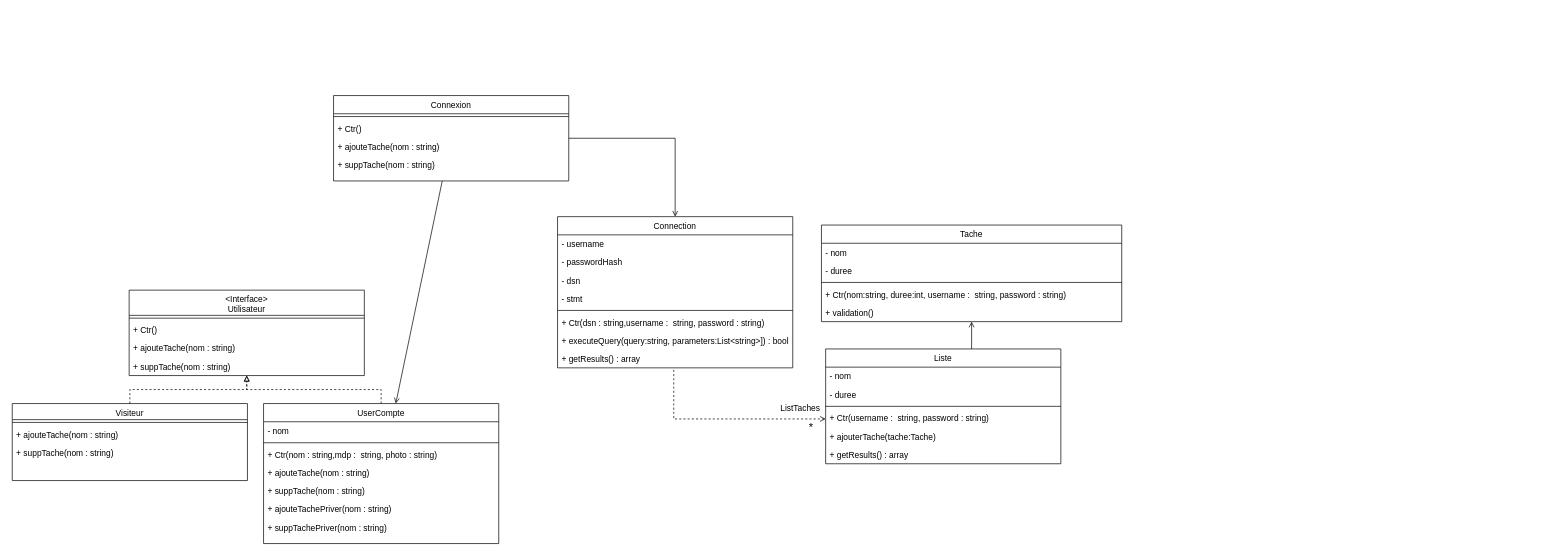
waarx11/Projet_Php_Todo_Lidt keeps this draw.io diagram as doc/DiagrammeDeClasse.drawio. Above is the earlier version. Source tidied: cells renumbered, new cells numbered last; positions are measured from the earlier drawing's top-left corner, leaving out a move shared by most shapes. Both pictures are drawn from the tidied source at 70%, with x=0, y=0 at pixel (12, 95).
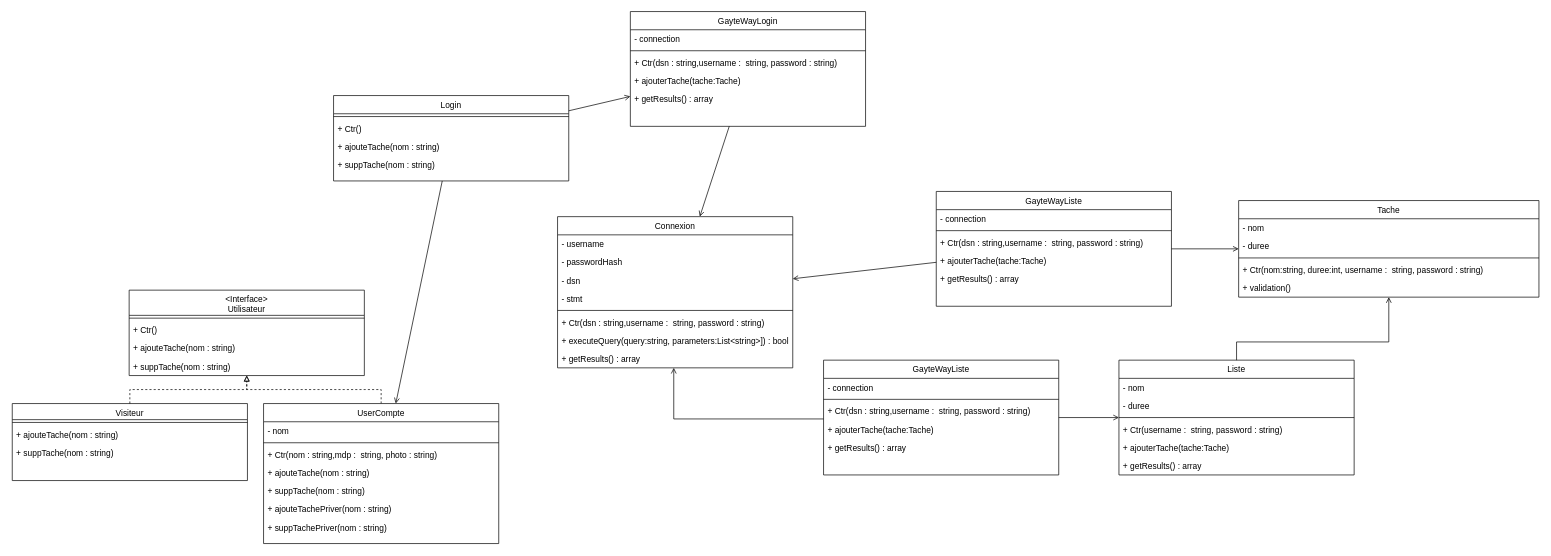
After the change.

Diff of the diagram source:
```diff
@@
-    <mxCell id="2" value="Connection" style="swimlane;fontStyle=0;align=center;verticalAlign=top;horizontal=1;startSize=26;rounded=0;shadow=0;strokeWidth=1;" parent="1" vertex="1">
+    <mxCell id="2" value="Connexion" style="swimlane;fontStyle=0;align=center;verticalAlign=top;horizontal=1;startSize=26;rounded=0;shadow=0;strokeWidth=1;" parent="1" vertex="1">
       <mxGeometry x="779" y="173" width="336" height="216" as="geometry" />
     </mxCell>
@@
     <mxCell id="11" value="Tache" style="swimlane;fontStyle=0;align=center;verticalAlign=top;horizontal=1;startSize=26;rounded=0;shadow=0;strokeWidth=1;" parent="1" vertex="1">
-      <mxGeometry x="1156" y="185" width="429" height="138" as="geometry" />
+      <mxGeometry x="1752" y="150" width="429" height="138" as="geometry" />
     </mxCell>
@@
     <mxCell id="17" value="Liste" style="swimlane;fontStyle=0;align=center;verticalAlign=top;horizontal=1;startSize=26;rounded=0;shadow=0;strokeWidth=1;" parent="1" vertex="1">
-      <mxGeometry x="1162" y="362" width="336" height="164" as="geometry" />
+      <mxGeometry x="1581" y="378" width="336" height="164" as="geometry" />
     </mxCell>
@@
     <mxCell id="24" style="edgeStyle=orthogonalEdgeStyle;rounded=0;jettySize=auto;html=1;startArrow=open;startFill=0;endArrow=none;endFill=0;" parent="1" edge="1" source="11" target="17">
       <mxGeometry relative="1" as="geometry">
         <Array as="points">
-          <mxPoint x="1317" y="394" />
-          <mxPoint x="1317" y="394" />
+          <mxPoint x="1967" y="352" />
+          <mxPoint x="1749" y="352" />
         </Array>
       </mxGeometry>
     </mxCell>
@@
-    <mxCell id="44" style="edgeStyle=orthogonalEdgeStyle;rounded=0;jettySize=auto;html=1;startArrow=open;startFill=0;endArrow=none;endFill=0;dashed=1;" parent="1" edge="1" source="17" target="2">
+    <mxCell id="44" style="edgeStyle=orthogonalEdgeStyle;rounded=0;jettySize=auto;html=1;startArrow=none;startFill=0;endArrow=open;endFill=0;" parent="1" edge="1" source="54" target="2">
       <mxGeometry relative="1" as="geometry">
         <Array as="points">
+          <mxPoint x="1328" y="462" />
           <mxPoint x="945" y="462" />
         </Array>
       </mxGeometry>
     </mxCell>
-    <mxCell id="45" value="Connexion" style="swimlane;fontStyle=0;align=center;verticalAlign=top;horizontal=1;startSize=26;rounded=0;shadow=0;strokeWidth=1;" parent="1" vertex="1">
+    <mxCell id="45" value="Login" style="swimlane;fontStyle=0;align=center;verticalAlign=top;horizontal=1;startSize=26;rounded=0;shadow=0;strokeWidth=1;" parent="1" vertex="1">
       <mxGeometry x="459" width="336" height="122" as="geometry" />
     </mxCell>
@@
-    <mxCell id="50" value="ListTaches" style="text;html=1;strokeColor=none;fillColor=none;align=center;verticalAlign=middle;whiteSpace=wrap;rounded=0;" parent="1" vertex="1">
-      <mxGeometry x="1096" y="432" width="60" height="30" as="geometry" />
-    </mxCell>
-    <mxCell id="51" value="&lt;font style=&quot;font-size: 16px&quot;&gt;*&lt;/font&gt;" style="text;html=1;strokeColor=none;fillColor=none;align=center;verticalAlign=middle;whiteSpace=wrap;rounded=0;" parent="1" vertex="1">
-      <mxGeometry x="1127" y="458" width="29" height="30" as="geometry" />
-    </mxCell>
-    <mxCell id="52" style="endArrow=open;html=1;rounded=0;fontSize=16;endFill=0;" parent="1" edge="1" source="45" target="2">
-      <mxGeometry relative="1" as="geometry">
-        <Array as="points">
-          <mxPoint x="947" y="61" />
-        </Array>
-      </mxGeometry>
+    <mxCell id="52" style="endArrow=open;html=1;rounded=0;fontSize=16;endFill=0;" parent="1" edge="1" source="45" target="69">
+      <mxGeometry relative="1" as="geometry" />
     </mxCell>
@@
+    <mxCell id="54" value="GayteWayListe" style="swimlane;fontStyle=0;align=center;verticalAlign=top;horizontal=1;startSize=26;rounded=0;shadow=0;strokeWidth=1;" parent="1" vertex="1">
+      <mxGeometry x="1159" y="378" width="336" height="164" as="geometry" />
+    </mxCell>
+    <mxCell id="55" value="- connection" style="text;align=left;verticalAlign=top;spacingLeft=4;spacingRight=4;overflow=hidden;rounded=0;shadow=0;html=0;" parent="54" vertex="1">
+      <mxGeometry y="26" width="336" height="26" as="geometry" />
+    </mxCell>
+    <mxCell id="56" style="line;html=1;strokeWidth=1;align=left;verticalAlign=middle;spacingTop=-1;spacingLeft=3;spacingRight=3;labelPosition=right;" parent="54" vertex="1">
+      <mxGeometry y="52" width="336" height="8" as="geometry" />
+    </mxCell>
+    <mxCell id="57" value="+ Ctr(dsn : string,username :  string, password : string)" style="text;align=left;verticalAlign=top;spacingLeft=4;spacingRight=4;overflow=hidden;" parent="54" vertex="1">
+      <mxGeometry y="60" width="336" height="26" as="geometry" />
+    </mxCell>
+    <mxCell id="58" value="+ ajouterTache(tache:Tache)" style="text;align=left;verticalAlign=top;spacingLeft=4;spacingRight=4;overflow=hidden;" parent="54" vertex="1">
+      <mxGeometry y="86" width="336" height="26" as="geometry" />
+    </mxCell>
+    <mxCell id="59" value="+ getResults() : array" style="text;align=left;verticalAlign=top;spacingLeft=4;spacingRight=4;overflow=hidden;" parent="54" vertex="1">
+      <mxGeometry y="112" width="336" height="26" as="geometry" />
+    </mxCell>
+    <mxCell id="60" style="edgeStyle=orthogonalEdgeStyle;rounded=0;jettySize=auto;html=1;startArrow=none;startFill=0;endArrow=open;endFill=0;" parent="1" edge="1" source="54" target="17">
+      <mxGeometry relative="1" as="geometry" />
+    </mxCell>
+    <mxCell id="61" value="GayteWayListe" style="swimlane;fontStyle=0;align=center;verticalAlign=top;horizontal=1;startSize=26;rounded=0;shadow=0;strokeWidth=1;" parent="1" vertex="1">
+      <mxGeometry x="1320" y="137" width="336" height="164" as="geometry" />
+    </mxCell>
+    <mxCell id="62" value="- connection" style="text;align=left;verticalAlign=top;spacingLeft=4;spacingRight=4;overflow=hidden;rounded=0;shadow=0;html=0;" parent="61" vertex="1">
+      <mxGeometry y="26" width="336" height="26" as="geometry" />
+    </mxCell>
+    <mxCell id="63" style="line;html=1;strokeWidth=1;align=left;verticalAlign=middle;spacingTop=-1;spacingLeft=3;spacingRight=3;labelPosition=right;" parent="61" vertex="1">
+      <mxGeometry y="52" width="336" height="8" as="geometry" />
+    </mxCell>
+    <mxCell id="64" value="+ Ctr(dsn : string,username :  string, password : string)" style="text;align=left;verticalAlign=top;spacingLeft=4;spacingRight=4;overflow=hidden;" parent="61" vertex="1">
+      <mxGeometry y="60" width="336" height="26" as="geometry" />
+    </mxCell>
+    <mxCell id="65" value="+ ajouterTache(tache:Tache)" style="text;align=left;verticalAlign=top;spacingLeft=4;spacingRight=4;overflow=hidden;" parent="61" vertex="1">
+      <mxGeometry y="86" width="336" height="26" as="geometry" />
+    </mxCell>
+    <mxCell id="66" value="+ getResults() : array" style="text;align=left;verticalAlign=top;spacingLeft=4;spacingRight=4;overflow=hidden;" parent="61" vertex="1">
+      <mxGeometry y="112" width="336" height="26" as="geometry" />
+    </mxCell>
+    <mxCell id="67" style="edgeStyle=orthogonalEdgeStyle;rounded=0;jettySize=auto;html=1;startArrow=none;startFill=0;endArrow=open;endFill=0;" parent="1" edge="1" source="61" target="11">
+      <mxGeometry relative="1" as="geometry" />
+    </mxCell>
+    <mxCell id="68" style="endArrow=none;html=1;rounded=0;fontSize=16;endFill=0;startArrow=open;startFill=0;" parent="1" edge="1" source="2" target="61">
+      <mxGeometry relative="1" as="geometry" />
+    </mxCell>
+    <mxCell id="69" value="GayteWayLogin" style="swimlane;fontStyle=0;align=center;verticalAlign=top;horizontal=1;startSize=26;rounded=0;shadow=0;strokeWidth=1;" parent="1" vertex="1">
+      <mxGeometry x="883" y="-120" width="336" height="164" as="geometry" />
+    </mxCell>
+    <mxCell id="70" value="- connection" style="text;align=left;verticalAlign=top;spacingLeft=4;spacingRight=4;overflow=hidden;rounded=0;shadow=0;html=0;" parent="69" vertex="1">
+      <mxGeometry y="26" width="336" height="26" as="geometry" />
+    </mxCell>
+    <mxCell id="71" style="line;html=1;strokeWidth=1;align=left;verticalAlign=middle;spacingTop=-1;spacingLeft=3;spacingRight=3;labelPosition=right;" parent="69" vertex="1">
+      <mxGeometry y="52" width="336" height="8" as="geometry" />
+    </mxCell>
+    <mxCell id="72" value="+ Ctr(dsn : string,username :  string, password : string)" style="text;align=left;verticalAlign=top;spacingLeft=4;spacingRight=4;overflow=hidden;" parent="69" vertex="1">
+      <mxGeometry y="60" width="336" height="26" as="geometry" />
+    </mxCell>
+    <mxCell id="73" value="+ ajouterTache(tache:Tache)" style="text;align=left;verticalAlign=top;spacingLeft=4;spacingRight=4;overflow=hidden;" parent="69" vertex="1">
+      <mxGeometry y="86" width="336" height="26" as="geometry" />
+    </mxCell>
+    <mxCell id="74" value="+ getResults() : array" style="text;align=left;verticalAlign=top;spacingLeft=4;spacingRight=4;overflow=hidden;" parent="69" vertex="1">
+      <mxGeometry y="112" width="336" height="26" as="geometry" />
+    </mxCell>
+    <mxCell id="75" style="endArrow=open;html=1;rounded=0;fontSize=16;endFill=0;" parent="1" edge="1" source="69" target="2">
+      <mxGeometry relative="1" as="geometry" />
+    </mxCell>
```
